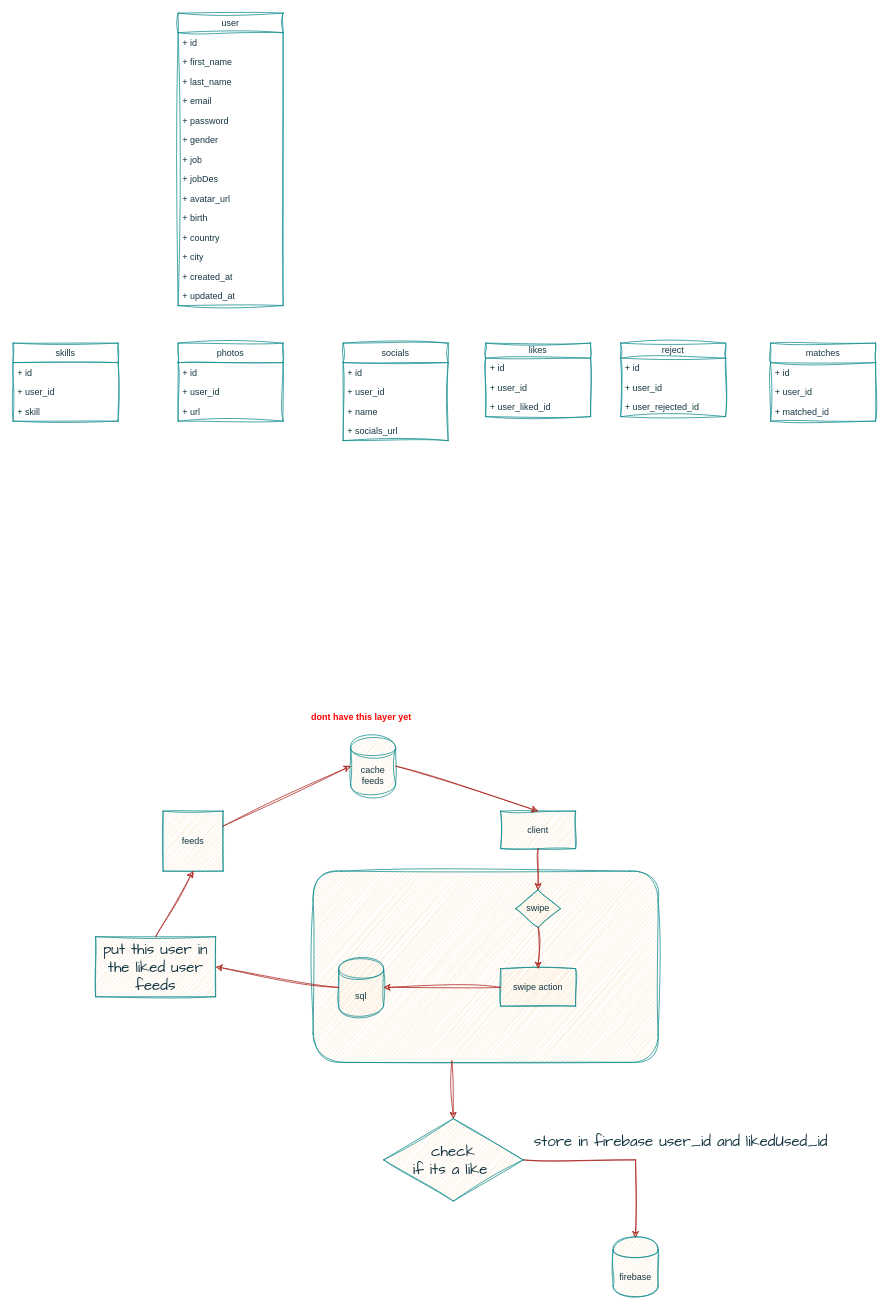
Above: skill-swap.drawio in TenpennyUMFPOS/skill-swap (draw.io), before the change. Source tidied: cells renumbered, new cells numbered last; positions are measured from the earlier drawing's top-left corner, leaving out a move shared by most shapes. Both pictures are drawn from the tidied source at 75%, with x=0, y=0 at pixel (13, 13).
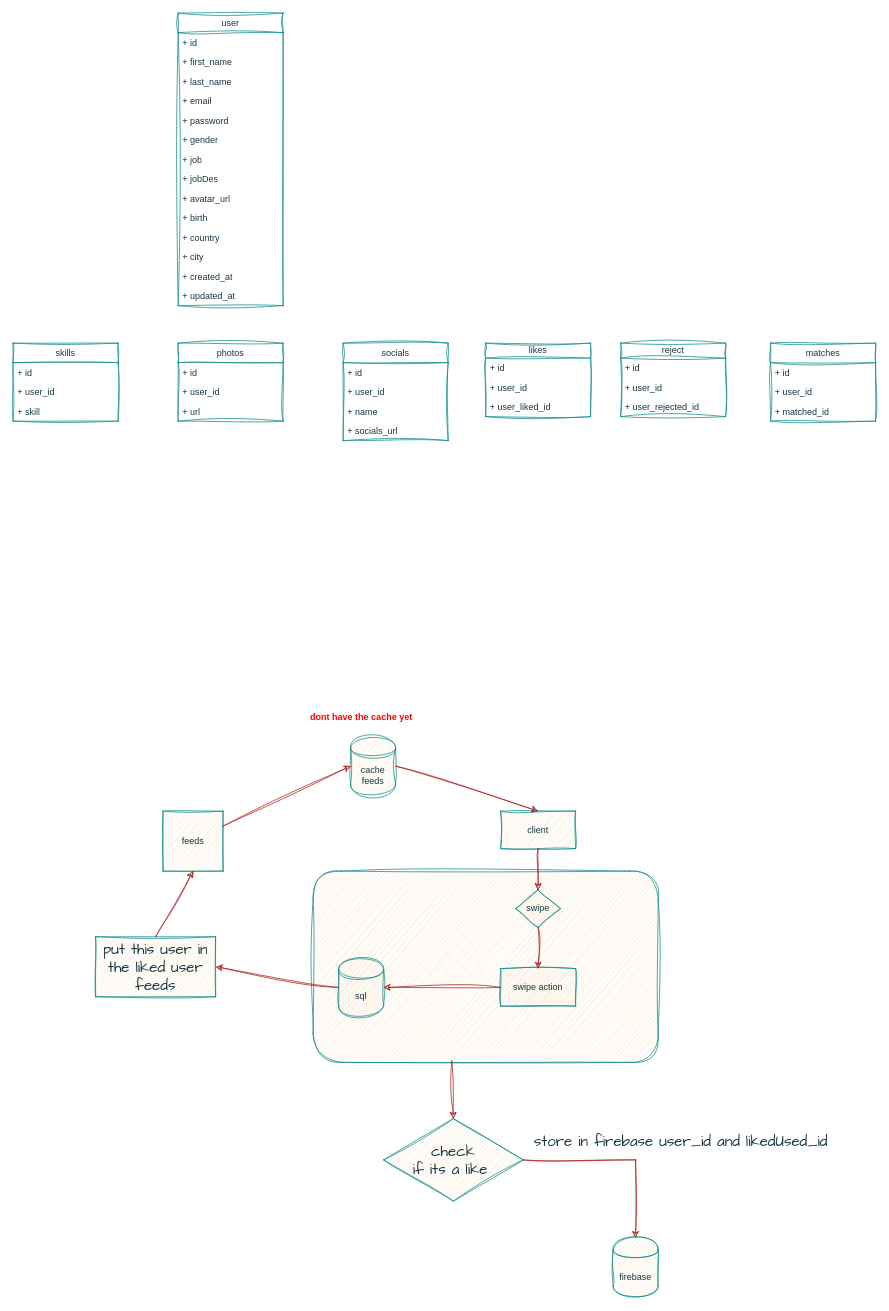
Above is the later version.

Commit message (it also covers changes not shown here):
Mettre à jour skill-swap.drawio

Diff of the diagram source:
```diff
@@
-    <mxCell id="55" value="&lt;b&gt;&lt;font color=&quot;#ff0000&quot;&gt;dont have this layer yet&lt;/font&gt;&lt;/b&gt;" style="text;html=1;align=center;verticalAlign=middle;strokeColor=none;fillColor=none;sketch=1;curveFitting=1;jiggle=2;labelBackgroundColor=none;fontColor=#143642;" parent="1" vertex="1">
+    <mxCell id="55" value="&lt;b&gt;&lt;font color=&quot;#ff0000&quot;&gt;dont have the cache yet&lt;/font&gt;&lt;/b&gt;" style="text;html=1;align=center;verticalAlign=middle;strokeColor=none;fillColor=none;sketch=1;curveFitting=1;jiggle=2;labelBackgroundColor=none;fontColor=#143642;" parent="1" vertex="1">
       <mxGeometry x="384" y="924" width="160" height="30" as="geometry" />
     </mxCell>
```
